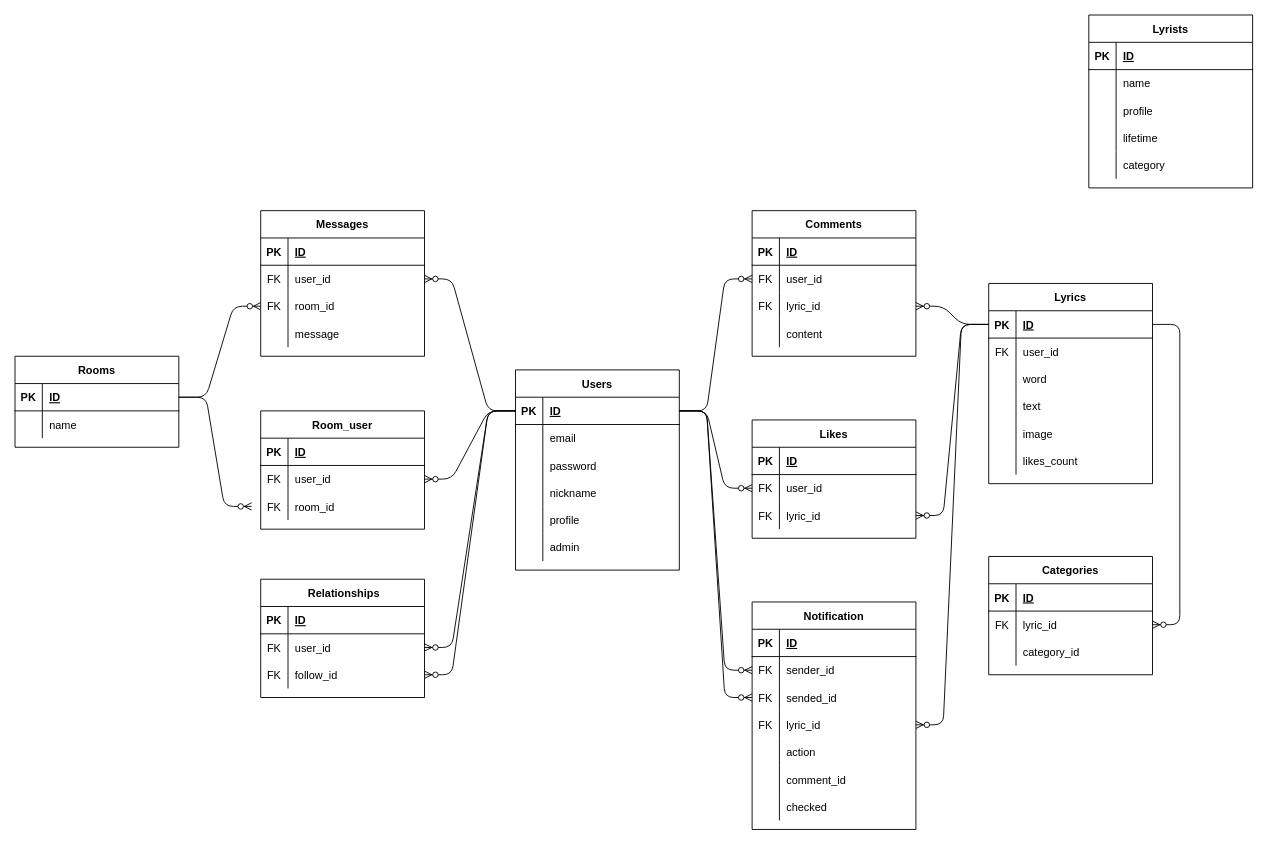
Earlier version of the draw.io diagram lyricomic.dio (fmnature/lyricomic). Source tidied: cells renumbered, new cells numbered last; positions are measured from the earlier drawing's top-left corner, leaving out a move shared by most shapes. Both pictures are drawn from the tidied source at 91%, with x=0, y=0 at pixel (15, 15).
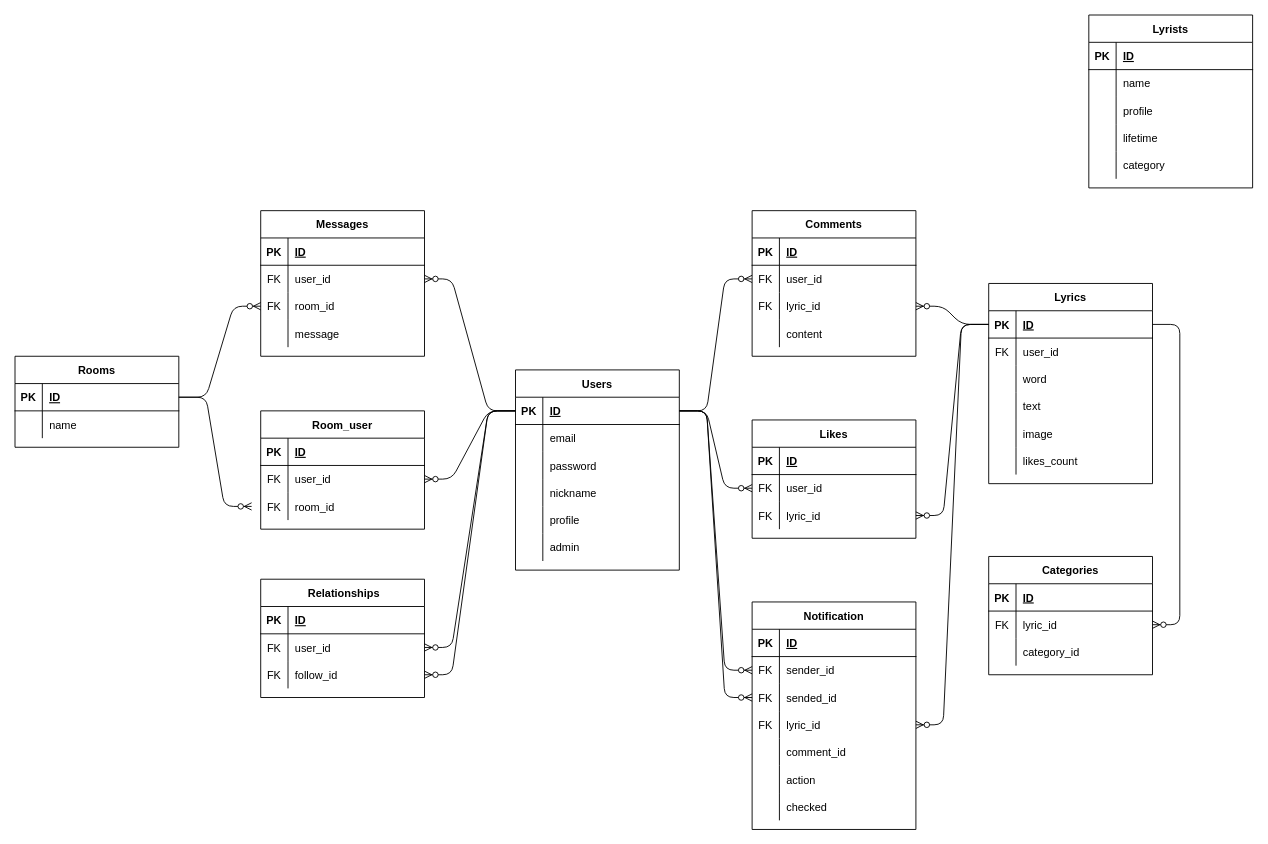
After the change.

Unchanged cells that the change refers to:
```xml
<mxCell id="73" value="Notification" style="shape=table;startSize=30;childLayout=tableLayout;rowLines=0;fontStyle=1;align=center;" parent="1" vertex="1">
  <mxGeometry x="810" y="645" width="180" height="250" as="geometry" />
</mxCell>
```

Change to the diagram source:
```diff
@@
-    <mxCell id="86" style="shape=partialRectangle;fillColor=none;top=0;left=0;bottom=0;right=0;" parent="73" vertex="1">
-      <mxGeometry y="150" width="180" height="30" as="geometry" />
-    </mxCell>
-    <mxCell id="87" style="shape=partialRectangle;fillColor=none;top=0;left=0;bottom=0;right=0;overflow=hidden;" parent="86" vertex="1">
-      <mxGeometry width="30" height="30" as="geometry" />
-    </mxCell>
-    <mxCell id="88" value="action" style="shape=partialRectangle;fillColor=none;top=0;left=0;bottom=0;right=0;align=left;spacingLeft=6;overflow=hidden;" parent="86" vertex="1">
-      <mxGeometry x="30" width="150" height="30" as="geometry" />
-    </mxCell>
     <mxCell id="89" style="shape=partialRectangle;fillColor=none;top=0;left=0;bottom=0;right=0;" parent="73" vertex="1">
-      <mxGeometry y="180" width="180" height="30" as="geometry" />
+      <mxGeometry y="150" width="180" height="30" as="geometry" />
     </mxCell>
@@
+    <mxCell id="165" style="shape=partialRectangle;fillColor=none;top=0;left=0;bottom=0;right=0;" parent="73" vertex="1">
+      <mxGeometry y="180" width="180" height="30" as="geometry" />
+    </mxCell>
+    <mxCell id="87" style="shape=partialRectangle;fillColor=none;top=0;left=0;bottom=0;right=0;overflow=hidden;" parent="165" vertex="1">
+      <mxGeometry width="30" height="30" as="geometry" />
+    </mxCell>
+    <mxCell id="88" value="action" style="shape=partialRectangle;fillColor=none;top=0;left=0;bottom=0;right=0;align=left;spacingLeft=6;overflow=hidden;" parent="165" vertex="1">
+      <mxGeometry x="30" width="150" height="30" as="geometry" />
+    </mxCell>
```
